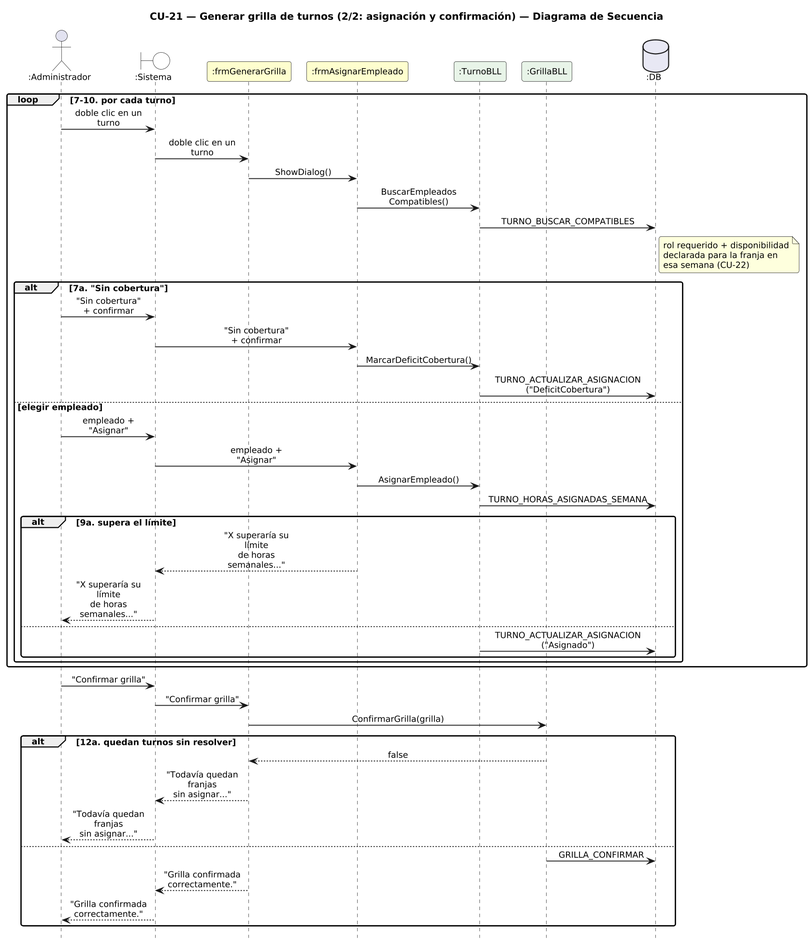
Urrels/ingenieria_software keeps this PlantUML diagram as DIAGRAMAS/DiagramaSecuencia_CU21b_GenerarGrilla_Asignacion.png. Above is the earlier version. The source it was exported from:
```plantuml
@startuml DiagramaSecuencia_CU21b_GenerarGrilla_Asignacion

title CU-21 — Generar grilla de turnos (2/2: asignación y confirmación) — Diagrama de Secuencia

skinparam shadowing false
skinparam roundcorner 6
skinparam sequenceArrowThickness 1.2
skinparam ParticipantPadding 6
skinparam BoxPadding 4
skinparam maxMessageSize 115
skinparam sequenceMessageAlign center
skinparam defaultFontSize 12
skinparam dpi 140
hide footbox

actor ":Administrador" as A
boundary ":Sistema" as SYS #FFFFFF
participant ":frmGenerarGrilla" as F #FEFECE
participant ":frmAsignarEmpleado" as AE #FEFECE
participant ":TurnoBLL" as T #E8F4E8
participant ":GrillaBLL" as G #E8F4E8
database ":DB" as DB #E8E8F4

loop 7-10. por cada turno
  A -> SYS : doble clic en un turno
  SYS -> F : doble clic en un turno
  F -> AE : ShowDialog()
  AE -> T : BuscarEmpleados\nCompatibles()
  T -> DB : TURNO_BUSCAR_COMPATIBLES
  note right of DB : rol requerido + disponibilidad\ndeclarada para la franja en\nesa semana (CU-22)
  alt 7a. "Sin cobertura"
    A -> SYS : "Sin cobertura"\n+ confirmar
    SYS -> AE : "Sin cobertura"\n+ confirmar
    AE -> T : MarcarDeficitCobertura()
    T -> DB : TURNO_ACTUALIZAR_ASIGNACION\n("DeficitCobertura")
  else elegir empleado
    A -> SYS : empleado + "Asignar"
    SYS -> AE : empleado + "Asignar"
    AE -> T : AsignarEmpleado()
    T -> DB : TURNO_HORAS_ASIGNADAS_SEMANA
    alt 9a. supera el límite
      AE --> SYS : "X superaría su límite\nde horas semanales..."
      SYS --> A : "X superaría su límite\nde horas semanales..."
    else
      T -> DB : TURNO_ACTUALIZAR_ASIGNACION\n("Asignado")
    end
  end
end
A -> SYS : "Confirmar grilla"
SYS -> F : "Confirmar grilla"
F -> G : ConfirmarGrilla(grilla)
alt 12a. quedan turnos sin resolver
  G --> F : false
  F --> SYS : "Todavía quedan franjas\nsin asignar..."
  SYS --> A : "Todavía quedan franjas\nsin asignar..."
else
  G -> DB : GRILLA_CONFIRMAR
  F --> SYS : "Grilla confirmada\ncorrectamente."
  SYS --> A : "Grilla confirmada\ncorrectamente."
end

@enduml
```
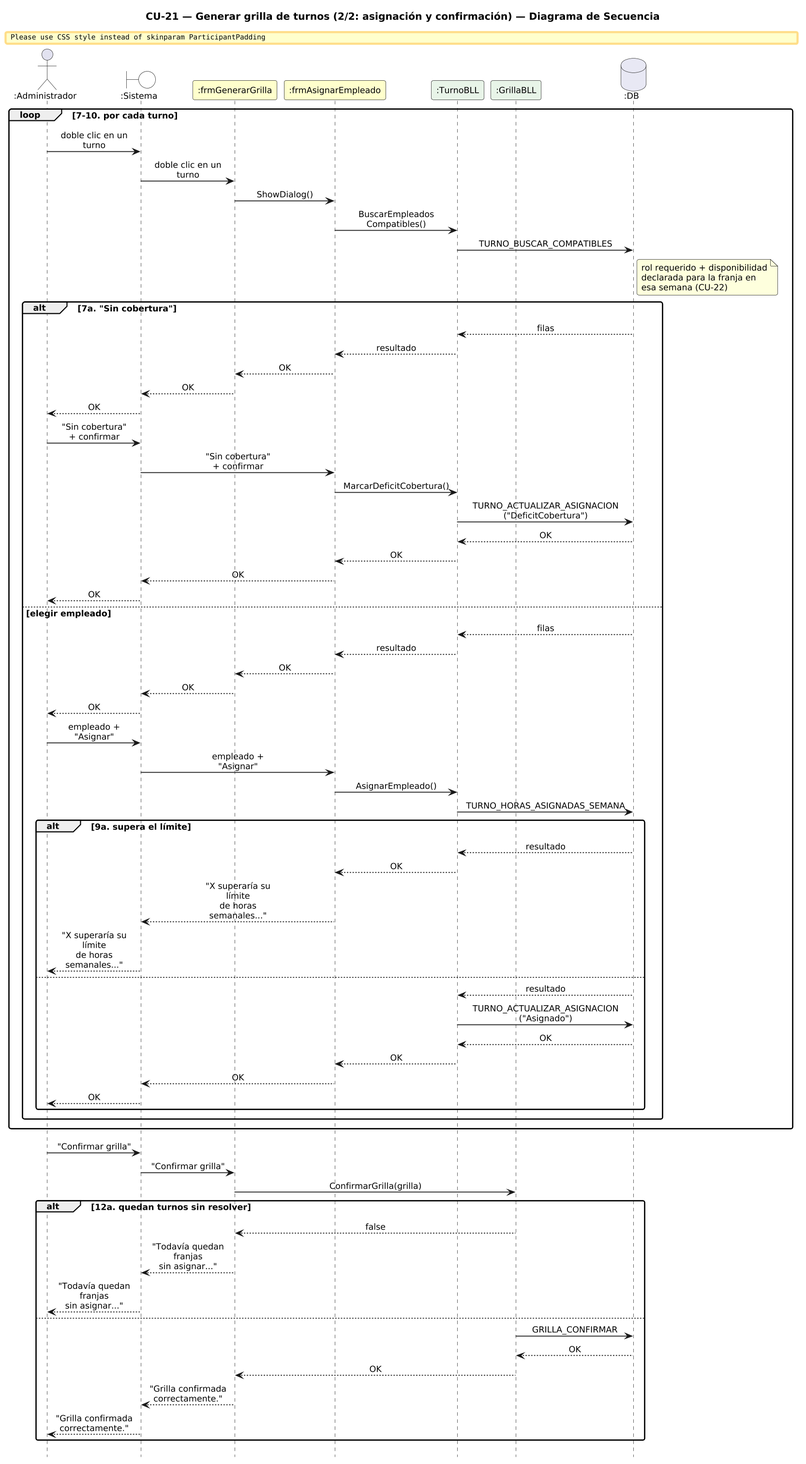
After the commit.

The edit, as a diff of the source:
```diff
@@ -29,20 +29,41 @@
   T -> DB : TURNO_BUSCAR_COMPATIBLES
   note right of DB : rol requerido + disponibilidad\ndeclarada para la franja en\nesa semana (CU-22)
   alt 7a. "Sin cobertura"
+    DB --> T : filas
+    T --> AE : resultado
+    AE --> F : OK
+    F --> SYS : OK
+    SYS --> A : OK
     A -> SYS : "Sin cobertura"\n+ confirmar
     SYS -> AE : "Sin cobertura"\n+ confirmar
     AE -> T : MarcarDeficitCobertura()
     T -> DB : TURNO_ACTUALIZAR_ASIGNACION\n("DeficitCobertura")
+    DB --> T : OK
+    T --> AE : OK
+    AE --> SYS : OK
+    SYS --> A : OK
   else elegir empleado
+    DB --> T : filas
+    T --> AE : resultado
+    AE --> F : OK
+    F --> SYS : OK
+    SYS --> A : OK
     A -> SYS : empleado + "Asignar"
     SYS -> AE : empleado + "Asignar"
     AE -> T : AsignarEmpleado()
     T -> DB : TURNO_HORAS_ASIGNADAS_SEMANA
     alt 9a. supera el límite
+      DB --> T : resultado
+      T --> AE : OK
       AE --> SYS : "X superaría su límite\nde horas semanales..."
       SYS --> A : "X superaría su límite\nde horas semanales..."
     else
+      DB --> T : resultado
       T -> DB : TURNO_ACTUALIZAR_ASIGNACION\n("Asignado")
+      DB --> T : OK
+      T --> AE : OK
+      AE --> SYS : OK
+      SYS --> A : OK
     end
   end
 end
@@ -55,6 +76,8 @@
   SYS --> A : "Todavía quedan franjas\nsin asignar..."
 else
   G -> DB : GRILLA_CONFIRMAR
+  DB --> G : OK
+  G --> F : OK
   F --> SYS : "Grilla confirmada\ncorrectamente."
   SYS --> A : "Grilla confirmada\ncorrectamente."
 end
```
